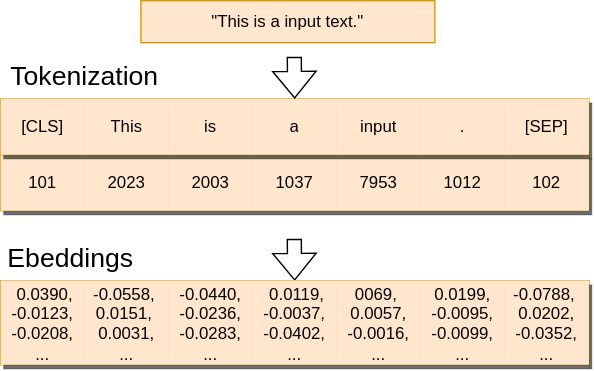
Earlier version of the draw.io export images/transformer-tokenization-and-embeddings.drawio.svg (vackosar/vackosar.github.io). Source tidied: cells renumbered, new cells last; positions are measured from the earlier drawing's top-left corner, leaving out a move shared by most shapes.
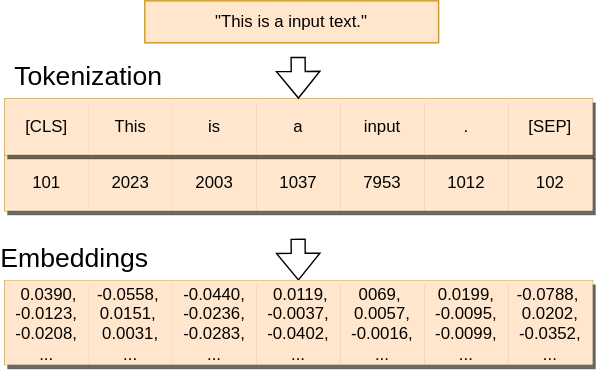
Above is the later version.

Commit message:
transformer tokenization, embeddings, positional encodings

Change to the diagram source:
```diff
@@ -98,7 +98,7 @@
     <mxCell id="31" value="-0.0788,&amp;nbsp; 0.0202, -0.0352,&lt;br&gt;..." style="shape=partialRectangle;html=1;whiteSpace=wrap;fillColor=#ffe6cc;top=0;left=0;bottom=0;right=0;overflow=hidden;fontSize=12;strokeColor=#d79b00;swimlaneFillColor=none;shadow=1;sketch=0;" parent="24" vertex="1">
       <mxGeometry x="360" width="60" height="60" as="geometry" />
     </mxCell>
-    <mxCell id="32" value="Ebeddings" style="text;html=1;strokeColor=none;fillColor=none;align=center;verticalAlign=middle;whiteSpace=wrap;rounded=0;fontSize=19;" parent="1" vertex="1">
+    <mxCell id="32" value="Embeddings" style="text;html=1;strokeColor=none;fillColor=none;align=center;verticalAlign=middle;whiteSpace=wrap;rounded=0;fontSize=19;" parent="1" vertex="1">
       <mxGeometry x="20" y="170" width="60" height="30" as="geometry" />
     </mxCell>
     <mxCell id="33" value="Tokenization" style="text;html=1;strokeColor=none;fillColor=none;align=center;verticalAlign=middle;whiteSpace=wrap;rounded=0;fontSize=19;" parent="1" vertex="1">
```
